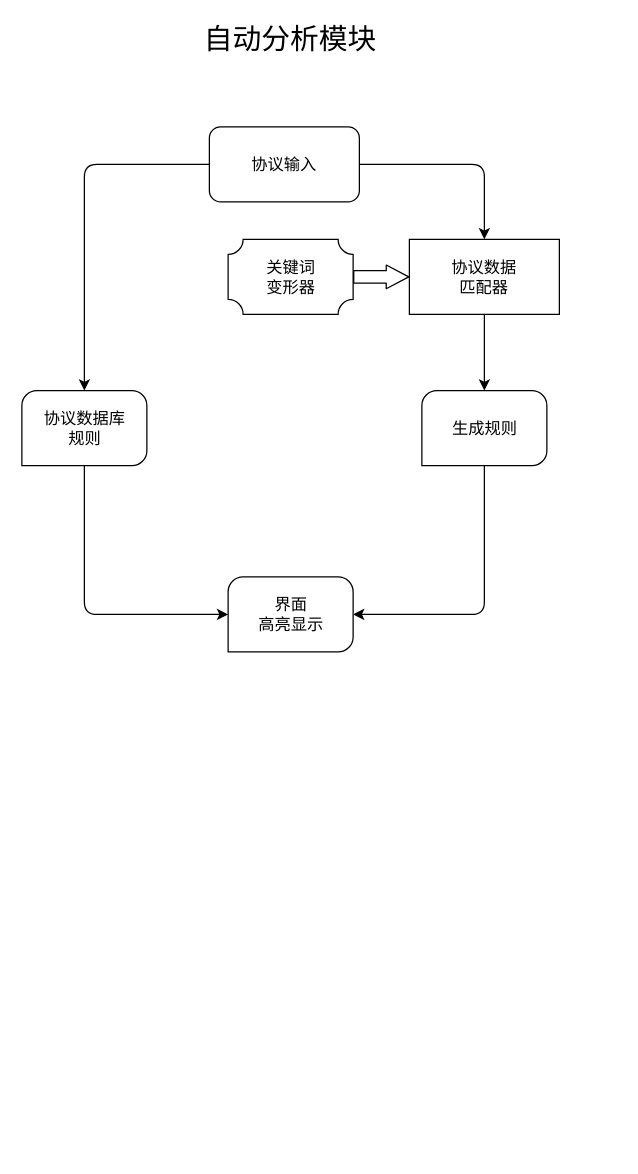
This is 自动分析模块.drawio from ouyangtian/drawio, a draw.io file, before an edit. Source tidied: cells renumbered, new cells numbered last; positions are measured from the earlier drawing's top-left corner, leaving out a move shared by most shapes. Both pictures are drawn from the tidied source at 125%, with x=0, y=0 at pixel (21, 26).
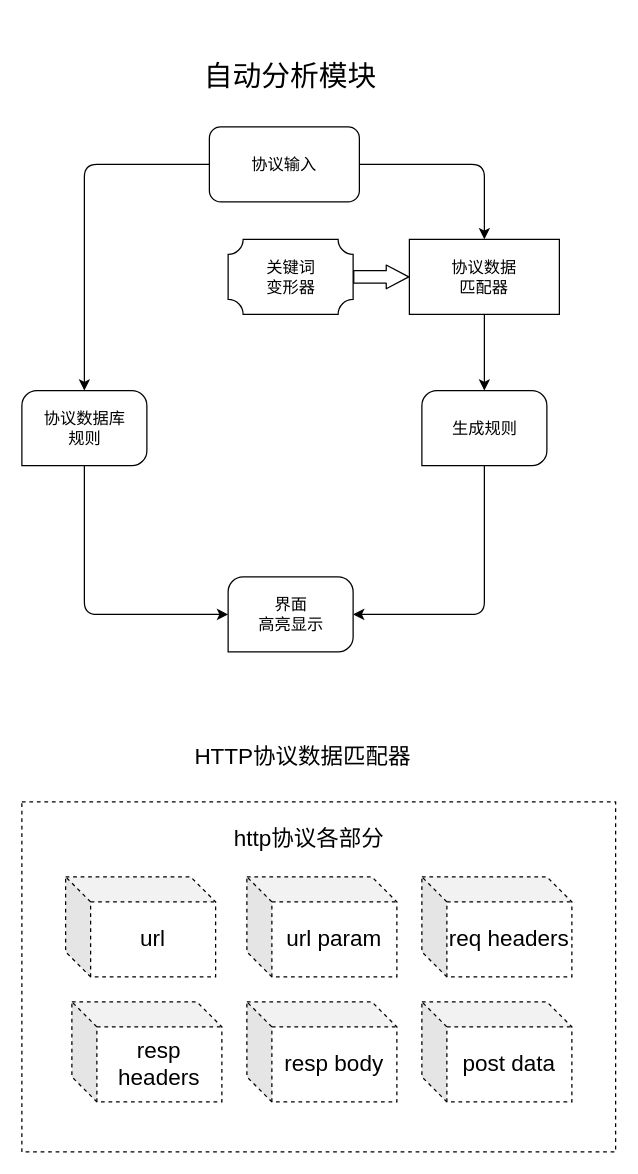
After the change.

Commit message:
更新自动分析模块.drawio

Diff of the diagram source:
```diff
@@
+    <mxCell id="15" style="rounded=0;whiteSpace=wrap;html=1;fontSize=18;strokeColor=#000000;dashed=1;" parent="1" vertex="1">
+      <mxGeometry y="620" width="475" height="280" as="geometry" />
+    </mxCell>
     <mxCell id="2" value="自动分析模块" style="text;html=1;strokeColor=none;fillColor=none;align=center;verticalAlign=middle;whiteSpace=wrap;rounded=0;fontSize=23;" parent="1" vertex="1">
-      <mxGeometry x="135" width="160" height="20" as="geometry" />
+      <mxGeometry x="135" y="30" width="160" height="20" as="geometry" />
     </mxCell>
@@
+    <mxCell id="16" value="HTTP协议数据匹配器" style="text;html=1;strokeColor=none;fillColor=none;align=center;verticalAlign=middle;whiteSpace=wrap;rounded=0;fontSize=18;" parent="1" vertex="1">
+      <mxGeometry x="130" y="574" width="190" height="20" as="geometry" />
+    </mxCell>
+    <mxCell id="17" value="http协议各部分" style="text;html=1;strokeColor=none;fillColor=none;align=center;verticalAlign=middle;whiteSpace=wrap;rounded=0;fontSize=18;" parent="1" vertex="1">
+      <mxGeometry x="160" y="640" width="140" height="20" as="geometry" />
+    </mxCell>
+    <mxCell id="18" value="url" style="shape=cube;whiteSpace=wrap;html=1;boundedLbl=1;backgroundOutline=1;darkOpacity=0.05;darkOpacity2=0.1;dashed=1;strokeColor=#000000;fontSize=18;" parent="1" vertex="1">
+      <mxGeometry x="35" y="680" width="120" height="80" as="geometry" />
+    </mxCell>
+    <mxCell id="19" value="url param" style="shape=cube;whiteSpace=wrap;html=1;boundedLbl=1;backgroundOutline=1;darkOpacity=0.05;darkOpacity2=0.1;dashed=1;strokeColor=#000000;fontSize=18;" parent="1" vertex="1">
+      <mxGeometry x="180" y="680" width="120" height="80" as="geometry" />
+    </mxCell>
+    <mxCell id="20" value="req headers" style="shape=cube;whiteSpace=wrap;html=1;boundedLbl=1;backgroundOutline=1;darkOpacity=0.05;darkOpacity2=0.1;dashed=1;strokeColor=#000000;fontSize=18;" parent="1" vertex="1">
+      <mxGeometry x="320" y="680" width="120" height="80" as="geometry" />
+    </mxCell>
+    <mxCell id="21" value="post data" style="shape=cube;whiteSpace=wrap;html=1;boundedLbl=1;backgroundOutline=1;darkOpacity=0.05;darkOpacity2=0.1;dashed=1;strokeColor=#000000;fontSize=18;" parent="1" vertex="1">
+      <mxGeometry x="320" y="780" width="120" height="80" as="geometry" />
+    </mxCell>
+    <mxCell id="22" value="resp headers" style="shape=cube;whiteSpace=wrap;html=1;boundedLbl=1;backgroundOutline=1;darkOpacity=0.05;darkOpacity2=0.1;dashed=1;strokeColor=#000000;fontSize=18;" parent="1" vertex="1">
+      <mxGeometry x="40" y="780" width="120" height="80" as="geometry" />
+    </mxCell>
+    <mxCell id="23" value="resp body" style="shape=cube;whiteSpace=wrap;html=1;boundedLbl=1;backgroundOutline=1;darkOpacity=0.05;darkOpacity2=0.1;dashed=1;strokeColor=#000000;fontSize=18;" parent="1" vertex="1">
+      <mxGeometry x="180" y="780" width="120" height="80" as="geometry" />
+    </mxCell>
```
